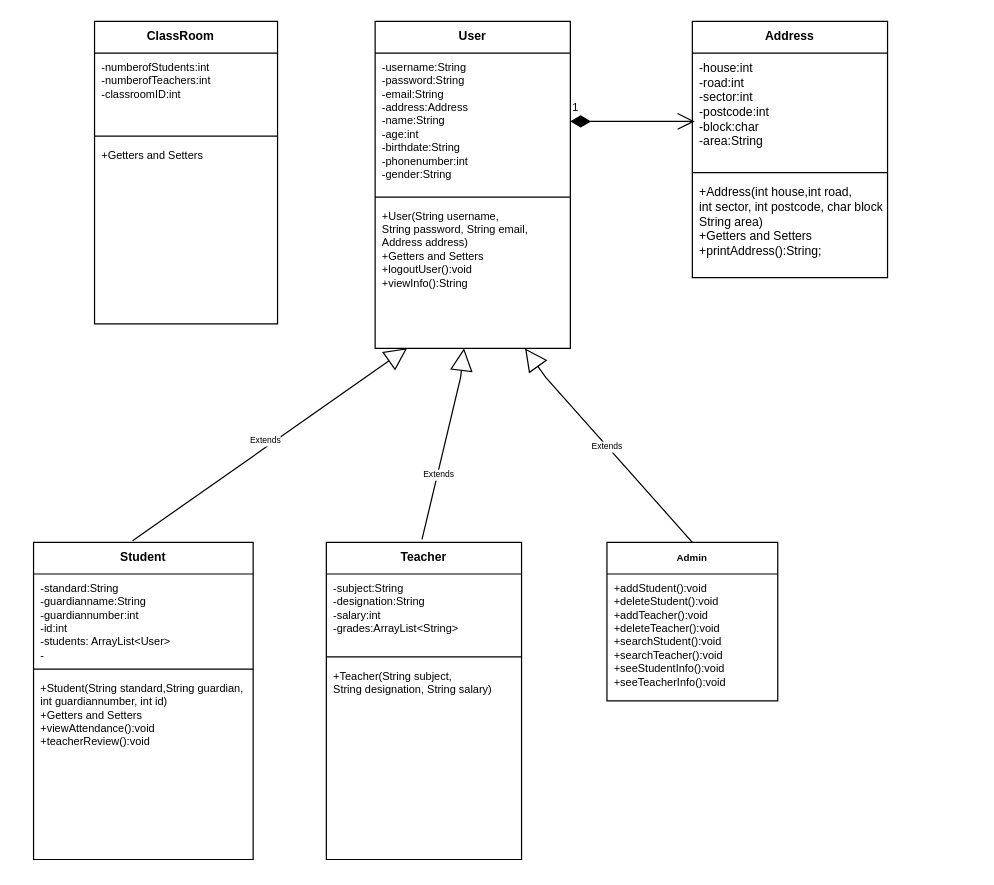
akifzahin/Java-School-Management-System keeps this draw.io diagram as UML Class Diagram.drawio. Above is the earlier version. Source tidied: cells renumbered, new cells numbered last; positions are measured from the earlier drawing's top-left corner, leaving out a move shared by most shapes. Both pictures are drawn from the tidied source at 122%, with x=0, y=0 at pixel (33, 21).
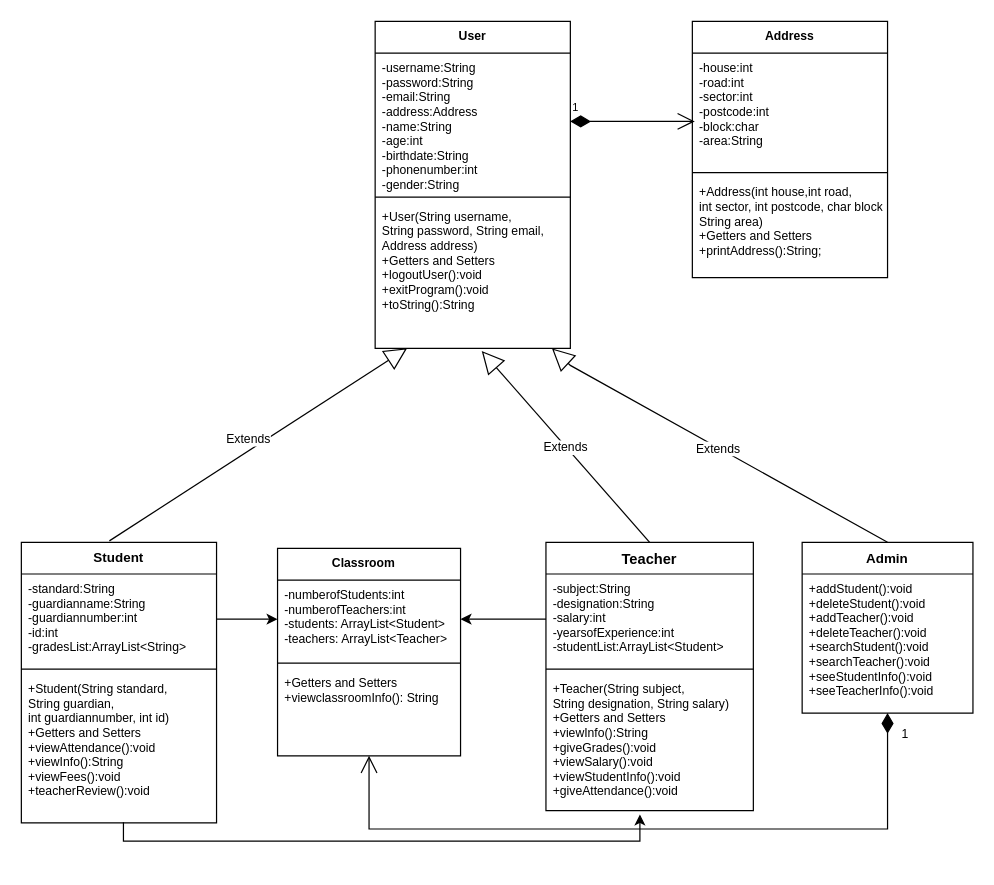
The same diagram, later.

The change refers to these unchanged cells:
```xml
<mxCell id="2" value="User" style="swimlane;fontStyle=1;align=center;verticalAlign=top;horizontal=1;startSize=26;rounded=0;shadow=0;strokeWidth=1;fontSize=10;" parent="1" vertex="1">
  <mxGeometry x="280" width="160" height="268" as="geometry" />
</mxCell>
```

The edit, as a diff of the source:
```diff
@@
-    <mxCell id="3" value="-username:String&#10;-password:String&#10;-email:String&#10;-address:Address&#10;-name:String&#10;-age:int&#10;-birthdate:String&#10;-phonenumber:int&#10;-gender:String" style="text;align=left;verticalAlign=top;spacingLeft=4;spacingRight=4;overflow=hidden;fontSize=9;" parent="2" vertex="1">
+    <mxCell id="3" value="-username:String&#10;-password:String&#10;-email:String&#10;-address:Address&#10;-name:String&#10;-age:int&#10;-birthdate:String&#10;-phonenumber:int&#10;-gender:String" style="text;align=left;verticalAlign=top;spacingLeft=4;spacingRight=4;overflow=hidden;fontSize=10;" parent="2" vertex="1">
       <mxGeometry y="26" width="160" height="114" as="geometry" />
     </mxCell>
@@
-    <mxCell id="5" value="+User(String username,&#10;String password, String email, &#10;Address address)&#10;+Getters and Setters&#10;+logoutUser():void&#10;+viewInfo():String&#10;&#10;" style="text;align=left;verticalAlign=top;spacingLeft=4;spacingRight=4;overflow=hidden;points=[[0,0.5],[1,0.5]];portConstraint=eastwest;fontSize=9;" parent="2" vertex="1">
+    <mxCell id="5" value="+User(String username,&#10;String password, String email, &#10;Address address)&#10;+Getters and Setters&#10;+logoutUser():void&#10;+exitProgram():void&#10;+toString():String&#10;&#10;" style="text;align=left;verticalAlign=top;spacingLeft=4;spacingRight=4;overflow=hidden;points=[[0,0.5],[1,0.5]];portConstraint=eastwest;fontSize=10;" parent="2" vertex="1">
       <mxGeometry y="148" width="160" height="120" as="geometry" />
     </mxCell>
@@
-    <mxCell id="10" value="Student" style="swimlane;fontStyle=1;align=center;verticalAlign=top;horizontal=1;startSize=26;fontSize=10;" parent="1" vertex="1">
-      <mxGeometry y="427" width="180" height="260" as="geometry" />
+    <mxCell id="10" value="Student" style="swimlane;fontStyle=1;align=center;verticalAlign=top;horizontal=1;startSize=26;fontSize=11;" parent="1" vertex="1">
+      <mxGeometry x="-10" y="427" width="160" height="230" as="geometry" />
     </mxCell>
-    <mxCell id="11" value="-standard:String&#10;-guardianname:String&#10;-guardiannumber:int&#10;-id:int&#10;-students: ArrayList&lt;User&gt;&#10;-&#10;&#10;&#10;" style="text;strokeColor=none;fillColor=none;align=left;verticalAlign=top;spacingLeft=4;spacingRight=4;overflow=hidden;points=[[0,0.5],[1,0.5]];portConstraint=eastwest;fontSize=9;" parent="10" vertex="1">
-      <mxGeometry y="26" width="180" height="74" as="geometry" />
+    <mxCell id="11" value="-standard:String&#10;-guardianname:String&#10;-guardiannumber:int&#10;-id:int&#10;-gradesList:ArrayList&lt;String&gt;&#10;&#10;&#10;&#10;" style="text;strokeColor=none;fillColor=none;align=left;verticalAlign=top;spacingLeft=4;spacingRight=4;overflow=hidden;points=[[0,0.5],[1,0.5]];portConstraint=eastwest;fontSize=10;" parent="10" vertex="1">
+      <mxGeometry y="26" width="160" height="74" as="geometry" />
     </mxCell>
     <mxCell id="12" style="line;strokeWidth=1;fillColor=none;align=left;verticalAlign=middle;spacingTop=-1;spacingLeft=3;spacingRight=3;labelPosition=right;fontSize=10;" parent="10" vertex="1">
-      <mxGeometry y="100" width="180" height="8" as="geometry" />
+      <mxGeometry y="100" width="160" height="8" as="geometry" />
     </mxCell>
-    <mxCell id="13" value="+Student(String standard,String guardian,&#10;int guardiannumber, int id)&#10;+Getters and Setters&#10;+viewAttendance():void&#10;+teacherReview():void&#10;&#10;&#10;" style="text;strokeColor=none;fillColor=none;align=left;verticalAlign=top;spacingLeft=4;spacingRight=4;overflow=hidden;points=[[0,0.5],[1,0.5]];portConstraint=eastwest;fontSize=9;" parent="10" vertex="1">
-      <mxGeometry y="108" width="180" height="152" as="geometry" />
+    <mxCell id="13" value="+Student(String standard,&#10;String guardian,&#10;int guardiannumber, int id)&#10;+Getters and Setters&#10;+viewAttendance():void&#10;+viewInfo():String&#10;+viewFees():void&#10;+teacherReview():void&#10;&#10;&#10;" style="text;strokeColor=none;fillColor=none;align=left;verticalAlign=top;spacingLeft=4;spacingRight=4;overflow=hidden;points=[[0,0.5],[1,0.5]];portConstraint=eastwest;fontSize=10;" parent="10" vertex="1">
+      <mxGeometry y="108" width="160" height="122" as="geometry" />
     </mxCell>
-    <mxCell id="14" value="Teacher" style="swimlane;fontStyle=1;align=center;verticalAlign=top;horizontal=1;startSize=26;fontSize=10;" parent="1" vertex="1">
-      <mxGeometry x="240" y="427" width="160" height="260" as="geometry" />
+    <mxCell id="14" value="Teacher" style="swimlane;fontStyle=1;align=center;verticalAlign=top;horizontal=1;startSize=26;fontSize=12;" parent="1" vertex="1">
+      <mxGeometry x="420" y="427" width="170" height="220" as="geometry" />
     </mxCell>
-    <mxCell id="15" value="-subject:String&#10;-designation:String&#10;-salary:int&#10;-grades:ArrayList&lt;String&gt;&#10;&#10;&#10;" style="text;strokeColor=none;fillColor=none;align=left;verticalAlign=top;spacingLeft=4;spacingRight=4;overflow=hidden;points=[[0,0.5],[1,0.5]];portConstraint=eastwest;fontSize=9;" parent="14" vertex="1">
-      <mxGeometry y="26" width="160" height="64" as="geometry" />
+    <mxCell id="15" value="-subject:String&#10;-designation:String&#10;-salary:int&#10;-yearsofExperience:int&#10;-studentList:ArrayList&lt;Student&gt;&#10;&#10;&#10;" style="text;strokeColor=none;fillColor=none;align=left;verticalAlign=top;spacingLeft=4;spacingRight=4;overflow=hidden;points=[[0,0.5],[1,0.5]];portConstraint=eastwest;fontSize=10;" parent="14" vertex="1">
+      <mxGeometry y="26" width="170" height="74" as="geometry" />
     </mxCell>
     <mxCell id="16" style="line;strokeWidth=1;fillColor=none;align=left;verticalAlign=middle;spacingTop=-1;spacingLeft=3;spacingRight=3;labelPosition=right;fontSize=10;" parent="14" vertex="1">
-      <mxGeometry y="90" width="160" height="8" as="geometry" />
+      <mxGeometry y="100" width="170" height="8" as="geometry" />
     </mxCell>
-    <mxCell id="17" value="+Teacher(String subject, &#10;String designation, String salary)&#10;&#10;" style="text;strokeColor=none;fillColor=none;align=left;verticalAlign=top;spacingLeft=4;spacingRight=4;overflow=hidden;points=[[0,0.5],[1,0.5]];portConstraint=eastwest;fontSize=9;" parent="14" vertex="1">
-      <mxGeometry y="98" width="160" height="162" as="geometry" />
+    <mxCell id="17" value="+Teacher(String subject, &#10;String designation, String salary)&#10;+Getters and Setters&#10;+viewInfo():String&#10;+giveGrades():void&#10;+viewSalary():void&#10;+viewStudentInfo():void&#10;+giveAttendance():void&#10;&#10;" style="text;strokeColor=none;fillColor=none;align=left;verticalAlign=top;spacingLeft=4;spacingRight=4;overflow=hidden;points=[[0,0.5],[1,0.5]];portConstraint=eastwest;fontSize=10;" parent="14" vertex="1">
+      <mxGeometry y="108" width="170" height="112" as="geometry" />
     </mxCell>
-    <mxCell id="18" value="Extends" style="endArrow=block;endSize=16;endFill=0;html=1;rounded=0;fontSize=7;exitX=0.451;exitY=-0.005;exitDx=0;exitDy=0;exitPerimeter=0;entryX=0.164;entryY=0.999;entryDx=0;entryDy=0;entryPerimeter=0;" parent="1" edge="1" source="10" target="5">
-      <mxGeometry x="-0.01" y="4" relative="1" as="geometry" />
+    <mxCell id="18" value="&lt;font style=&quot;font-size: 10px;&quot;&gt;Extends&lt;/font&gt;" style="endArrow=block;endSize=16;endFill=0;html=1;rounded=0;fontSize=7;exitX=0.451;exitY=-0.005;exitDx=0;exitDy=0;exitPerimeter=0;entryX=0.164;entryY=0.999;entryDx=0;entryDy=0;entryPerimeter=0;" parent="1" edge="1" source="10" target="5">
+      <mxGeometry x="-0.03" y="9" relative="1" as="geometry" />
     </mxCell>
-    <mxCell id="19" value="Extends" style="endArrow=block;endSize=16;endFill=0;html=1;rounded=0;fontSize=7;exitX=0.49;exitY=-0.009;exitDx=0;exitDy=0;exitPerimeter=0;" parent="1" edge="1" source="14" target="5">
-      <mxGeometry x="-0.33" y="-1" relative="1" as="geometry">
-        <Array as="points">
-          <mxPoint x="350" y="292" />
-        </Array>
-      </mxGeometry>
-    </mxCell>
-    <mxCell id="20" value="Extends" style="endArrow=block;endSize=16;endFill=0;html=1;rounded=0;fontSize=7;exitX=0.5;exitY=0;exitDx=0;exitDy=0;" parent="1" edge="1" source="22" target="5">
+    <mxCell id="20" value="&lt;font style=&quot;font-size: 10px;&quot;&gt;Extends&lt;/font&gt;" style="endArrow=block;endSize=16;endFill=0;html=1;rounded=0;fontSize=7;exitX=0.5;exitY=0;exitDx=0;exitDy=0;" parent="1" edge="1" source="22" target="5">
       <mxGeometry relative="1" as="geometry">
         <Array as="points">
-          <mxPoint x="420" y="292" />
+          <mxPoint x="440" y="282" />
         </Array>
       </mxGeometry>
     </mxCell>
@@
-    <mxCell id="22" value="Admin" style="swimlane;fontStyle=1;horizontal=1;startSize=26;fillColor=none;labelBackgroundColor=default;fontSize=8;" parent="1" vertex="1">
-      <mxGeometry x="470" y="427" width="140" height="130" as="geometry" />
+    <mxCell id="22" value="Admin" style="swimlane;fontStyle=1;horizontal=1;startSize=26;fillColor=none;labelBackgroundColor=default;fontSize=11;" parent="1" vertex="1">
+      <mxGeometry x="630" y="427" width="140" height="140" as="geometry" />
     </mxCell>
-    <mxCell id="23" value="+addStudent():void&#10;+deleteStudent():void&#10;+addTeacher():void&#10;+deleteTeacher():void&#10;+searchStudent():void&#10;+searchTeacher():void&#10;+seeStudentInfo():void&#10;+seeTeacherInfo():void&#10;" style="text;strokeColor=none;fillColor=none;align=left;verticalAlign=top;spacingLeft=4;spacingRight=4;overflow=hidden;points=[[0,0.5],[1,0.5]];portConstraint=eastwest;labelBackgroundColor=default;fontSize=9;" parent="22" vertex="1">
-      <mxGeometry y="26" width="140" height="104" as="geometry" />
+    <mxCell id="23" value="+addStudent():void&#10;+deleteStudent():void&#10;+addTeacher():void&#10;+deleteTeacher():void&#10;+searchStudent():void&#10;+searchTeacher():void&#10;+seeStudentInfo():void&#10;+seeTeacherInfo():void&#10;" style="text;strokeColor=none;fillColor=none;align=left;verticalAlign=top;spacingLeft=4;spacingRight=4;overflow=hidden;points=[[0,0.5],[1,0.5]];portConstraint=eastwest;labelBackgroundColor=default;fontSize=10;" parent="22" vertex="1">
+      <mxGeometry y="26" width="140" height="114" as="geometry" />
     </mxCell>
-    <mxCell id="24" value="ClassRoom   " style="swimlane;fontStyle=1;align=center;verticalAlign=top;horizontal=1;startSize=26;fontSize=10;" parent="1" vertex="1">
-      <mxGeometry x="50" width="150" height="248" as="geometry" />
+    <mxCell id="24" value="Classroom   " style="swimlane;fontStyle=1;align=center;verticalAlign=top;horizontal=1;startSize=26;fontSize=10;" parent="1" vertex="1">
+      <mxGeometry x="200" y="432" width="150" height="170" as="geometry" />
     </mxCell>
-    <mxCell id="25" value="-numberofStudents:int&#10;-numberofTeachers:int&#10;-classroomID:int&#10;" style="text;strokeColor=none;fillColor=none;align=left;verticalAlign=top;spacingLeft=4;spacingRight=4;overflow=hidden;points=[[0,0.5],[1,0.5]];portConstraint=eastwest;fontSize=9;" parent="24" vertex="1">
+    <mxCell id="25" value="-numberofStudents:int&#10;-numberofTeachers:int&#10;-students: ArrayList&lt;Student&gt;&#10;-teachers: ArrayList&lt;Teacher&gt;&#10;&#10;" style="text;strokeColor=none;fillColor=none;align=left;verticalAlign=top;spacingLeft=4;spacingRight=4;overflow=hidden;points=[[0,0.5],[1,0.5]];portConstraint=eastwest;fontSize=10;" parent="24" vertex="1">
       <mxGeometry y="26" width="150" height="64" as="geometry" />
     </mxCell>
@@
-    <mxCell id="27" value="+Getters and Setters" style="text;strokeColor=none;fillColor=none;align=left;verticalAlign=top;spacingLeft=4;spacingRight=4;overflow=hidden;points=[[0,0.5],[1,0.5]];portConstraint=eastwest;fontSize=9;" parent="24" vertex="1">
-      <mxGeometry y="98" width="150" height="150" as="geometry" />
+    <mxCell id="27" value="+Getters and Setters&#10;+viewclassroomInfo(): String" style="text;strokeColor=none;fillColor=none;align=left;verticalAlign=top;spacingLeft=4;spacingRight=4;overflow=hidden;points=[[0,0.5],[1,0.5]];portConstraint=eastwest;fontSize=10;" parent="24" vertex="1">
+      <mxGeometry y="98" width="150" height="72" as="geometry" />
     </mxCell>
+    <mxCell id="19" value="Extends" style="endArrow=block;endSize=16;endFill=0;html=1;rounded=0;fontSize=10;exitX=0.5;exitY=0;exitDx=0;exitDy=0;entryX=0.546;entryY=1.018;entryDx=0;entryDy=0;entryPerimeter=0;" parent="1" edge="1" source="14" target="5">
+      <mxGeometry relative="1" as="geometry" />
+    </mxCell>
+    <mxCell id="28" style="edgeStyle=orthogonalEdgeStyle;rounded=0;jettySize=auto;html=1;exitX=1;exitY=0.5;exitDx=0;exitDy=0;entryX=0;entryY=0.5;entryDx=0;entryDy=0;fontSize=10;" parent="1" edge="1" source="11" target="25">
+      <mxGeometry relative="1" as="geometry" />
+    </mxCell>
+    <mxCell id="29" style="edgeStyle=orthogonalEdgeStyle;rounded=0;jettySize=auto;html=1;exitX=0;exitY=0.5;exitDx=0;exitDy=0;entryX=1;entryY=0.5;entryDx=0;entryDy=0;fontSize=10;" parent="1" edge="1" source="15" target="25">
+      <mxGeometry relative="1" as="geometry" />
+    </mxCell>
+    <mxCell id="30" value="1" style="endArrow=open;html=1;endSize=12;startArrow=diamondThin;startSize=14;startFill=1;align=left;verticalAlign=bottom;rounded=0;fontSize=10;edgeStyle=elbowEdgeStyle;" parent="1" edge="1" source="23" target="27">
+      <mxGeometry x="-0.91" y="10" relative="1" as="geometry">
+        <Array as="points">
+          <mxPoint x="400" y="662" />
+        </Array>
+      </mxGeometry>
+    </mxCell>
+    <mxCell id="31" style="edgeStyle=elbowEdgeStyle;rounded=0;jettySize=auto;html=1;fontSize=10;entryX=0.453;entryY=1.027;entryDx=0;entryDy=0;entryPerimeter=0;exitX=0.523;exitY=0.995;exitDx=0;exitDy=0;exitPerimeter=0;" parent="1" edge="1" source="13" target="17">
+      <mxGeometry relative="1" as="geometry">
+        <Array as="points">
+          <mxPoint x="180" y="672" />
+          <mxPoint x="190" y="732" />
+        </Array>
+      </mxGeometry>
+    </mxCell>
```
